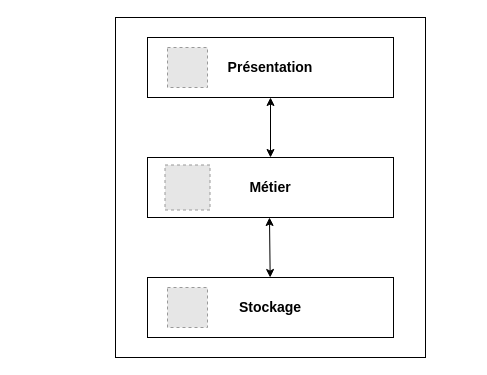
Earlier version of the draw.io diagram project-resources/schemas-sources/schema-sources/architecturev2.drawio (michael2509/masterpiece). Source tidied: cells renumbered, new cells numbered last; positions are measured from the earlier drawing's top-left corner, leaving out a move shared by most shapes. Both pictures are drawn from the tidied source at 100%, with x=0, y=0 at pixel (24, 17). Pictures stored in the file or linked from it are replaced by grey dashed boxes.
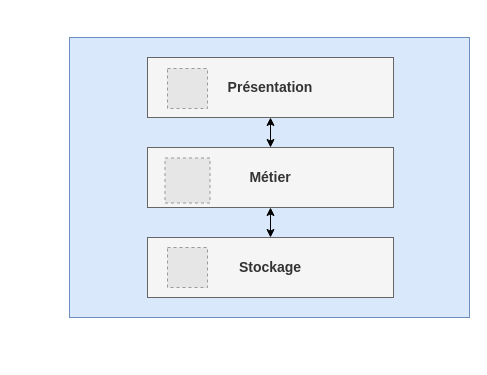
The same diagram, later.

Change to the diagram source:
```diff
@@
 <mxGraphModel>
   <root>
     <mxCell id="0" />
     <mxCell id="1" parent="0" />
-    <mxCell id="2" style="rounded=0;whiteSpace=wrap;html=1;" parent="1" vertex="1">
-      <mxGeometry x="91" width="310" height="340" as="geometry" />
+    <mxCell id="2" style="rounded=0;whiteSpace=wrap;html=1;fillColor=#dae8fc;strokeColor=#6c8ebf;" parent="1" vertex="1">
+      <mxGeometry x="45" y="20" width="400" height="280" as="geometry" />
     </mxCell>
-    <mxCell id="3" value="&lt;b&gt;&lt;font style=&quot;font-size: 14px&quot;&gt;Stockage&lt;/font&gt;&lt;/b&gt;" style="rounded=0;whiteSpace=wrap;html=1;" parent="1" vertex="1">
-      <mxGeometry x="123" y="260" width="246" height="60" as="geometry" />
+    <mxCell id="3" value="&lt;b&gt;&lt;font style=&quot;font-size: 14px&quot;&gt;Stockage&lt;/font&gt;&lt;/b&gt;" style="rounded=0;whiteSpace=wrap;html=1;fillColor=#f5f5f5;strokeColor=#666666;fontColor=#333333;" parent="1" vertex="1">
+      <mxGeometry x="123" y="220" width="246" height="60" as="geometry" />
     </mxCell>
-    <mxCell id="4" value="&lt;b&gt;&lt;font style=&quot;font-size: 14px&quot;&gt;Présentation&lt;/font&gt;&lt;/b&gt;" style="rounded=0;whiteSpace=wrap;html=1;" parent="1" vertex="1">
-      <mxGeometry x="123" y="20" width="246" height="60" as="geometry" />
+    <mxCell id="4" value="&lt;b&gt;&lt;font style=&quot;font-size: 14px&quot;&gt;Présentation&lt;/font&gt;&lt;/b&gt;" style="rounded=0;whiteSpace=wrap;html=1;fillColor=#f5f5f5;strokeColor=#666666;fontColor=#333333;" parent="1" vertex="1">
+      <mxGeometry x="123" y="40" width="246" height="60" as="geometry" />
     </mxCell>
     <mxCell id="5" style="fillColor=#E6E6E6;strokeColor=#999999;dashed=1;verticalLabelPosition=bottom;verticalAlign=top;" parent="1" vertex="1">
-      <mxGeometry x="143" y="30" width="40" height="40" as="geometry" />
+      <mxGeometry x="143" y="51" width="40" height="40" as="geometry" />
     </mxCell>
     <mxCell id="6" style="edgeStyle=orthogonalEdgeStyle;rounded=0;orthogonalLoop=1;jettySize=auto;html=1;exitX=0.5;exitY=1;exitDx=0;exitDy=0;" parent="1" edge="1">
       <mxGeometry relative="1" as="geometry">
         <mxPoint y="290" as="sourcePoint" />
         <mxPoint y="290" as="targetPoint" />
       </mxGeometry>
     </mxCell>
-    <mxCell id="7" style="fillColor=#E6E6E6;strokeColor=#999999;dashed=1;verticalLabelPosition=bottom;verticalAlign=top;" parent="1" vertex="1">
-      <mxGeometry x="143" y="270" width="40" height="40" as="geometry" />
-    </mxCell>
-    <mxCell id="8" value="&lt;b&gt;&lt;font style=&quot;font-size: 14px&quot;&gt;Métier&lt;/font&gt;&lt;/b&gt;" style="rounded=0;whiteSpace=wrap;html=1;" parent="1" vertex="1">
-      <mxGeometry x="123" y="140" width="246" height="60" as="geometry" />
+    <mxCell id="8" value="&lt;b&gt;&lt;font style=&quot;font-size: 14px&quot;&gt;Métier&lt;/font&gt;&lt;/b&gt;" style="rounded=0;whiteSpace=wrap;html=1;fillColor=#f5f5f5;strokeColor=#666666;fontColor=#333333;" parent="1" vertex="1">
+      <mxGeometry x="123" y="130" width="246" height="60" as="geometry" />
     </mxCell>
     <mxCell id="9" style="fillColor=#E6E6E6;strokeColor=#999999;dashed=1;verticalLabelPosition=bottom;verticalAlign=top;" parent="1" vertex="1">
-      <mxGeometry x="140.5" y="147.5" width="45" height="45" as="geometry" />
+      <mxGeometry x="140.5" y="140.5" width="45" height="45" as="geometry" />
     </mxCell>
-    <mxCell id="10" style="endArrow=classic;startArrow=classic;html=1;exitX=0.5;exitY=0;exitDx=0;exitDy=0;entryX=0.5;entryY=1;entryDx=0;entryDy=0;" parent="1" edge="1" source="8" target="4">
+    <mxCell id="10" style="endArrow=classic;startArrow=classic;html=1;exitX=0.5;exitY=0;exitDx=0;exitDy=0;entryX=0.5;entryY=1;entryDx=0;entryDy=0;jumpSize=6;" parent="1" edge="1" source="8" target="4">
       <mxGeometry relative="1" as="geometry" />
     </mxCell>
-    <mxCell id="11" style="endArrow=classic;startArrow=classic;html=1;" parent="1" edge="1" source="3">
-      <mxGeometry relative="1" as="geometry">
-        <mxPoint x="245" y="200" as="targetPoint" />
-      </mxGeometry>
-    </mxCell>
+    <mxCell id="12" style="endArrow=classic;startArrow=classic;html=1;entryX=0.5;entryY=0;entryDx=0;entryDy=0;" parent="1" edge="1" source="8" target="3">
+      <mxGeometry relative="1" as="geometry" />
+    </mxCell>
+    <mxCell id="13" style="fillColor=#E6E6E6;strokeColor=#999999;dashed=1;verticalLabelPosition=bottom;verticalAlign=top;" parent="1" vertex="1">
+      <mxGeometry x="143" y="230" width="40" height="40" as="geometry" />
+    </mxCell>
   </root>
 </mxGraphModel>
```
